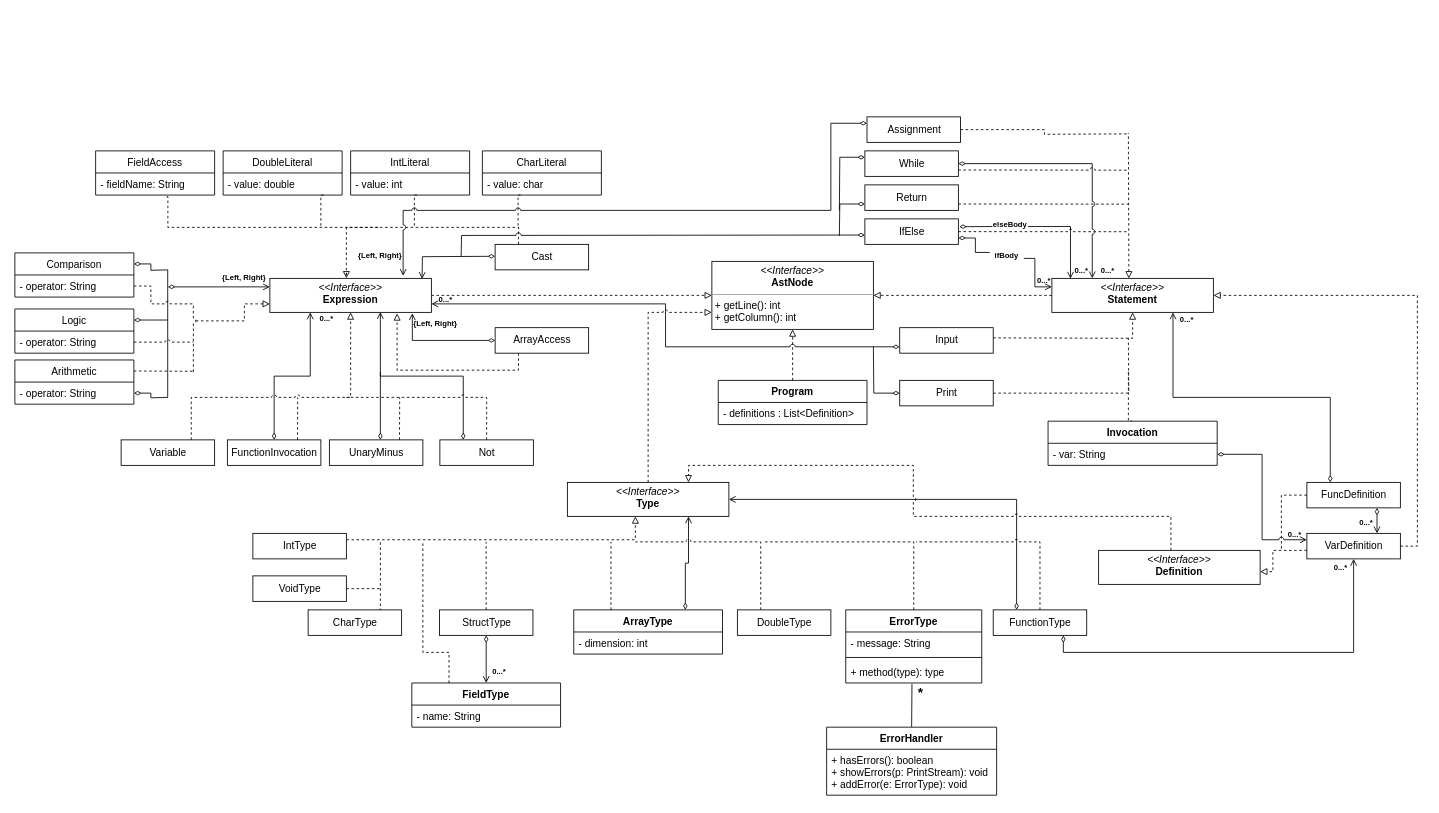
Before: diseño.drawio in sergiomalv/dlp, a draw.io diagram. Source tidied: cells renumbered, new cells numbered last; positions are measured from the earlier drawing's top-left corner, leaving out a move shared by most shapes. Both pictures are drawn from the tidied source at 85%, with x=0, y=0 at pixel (14, 116).
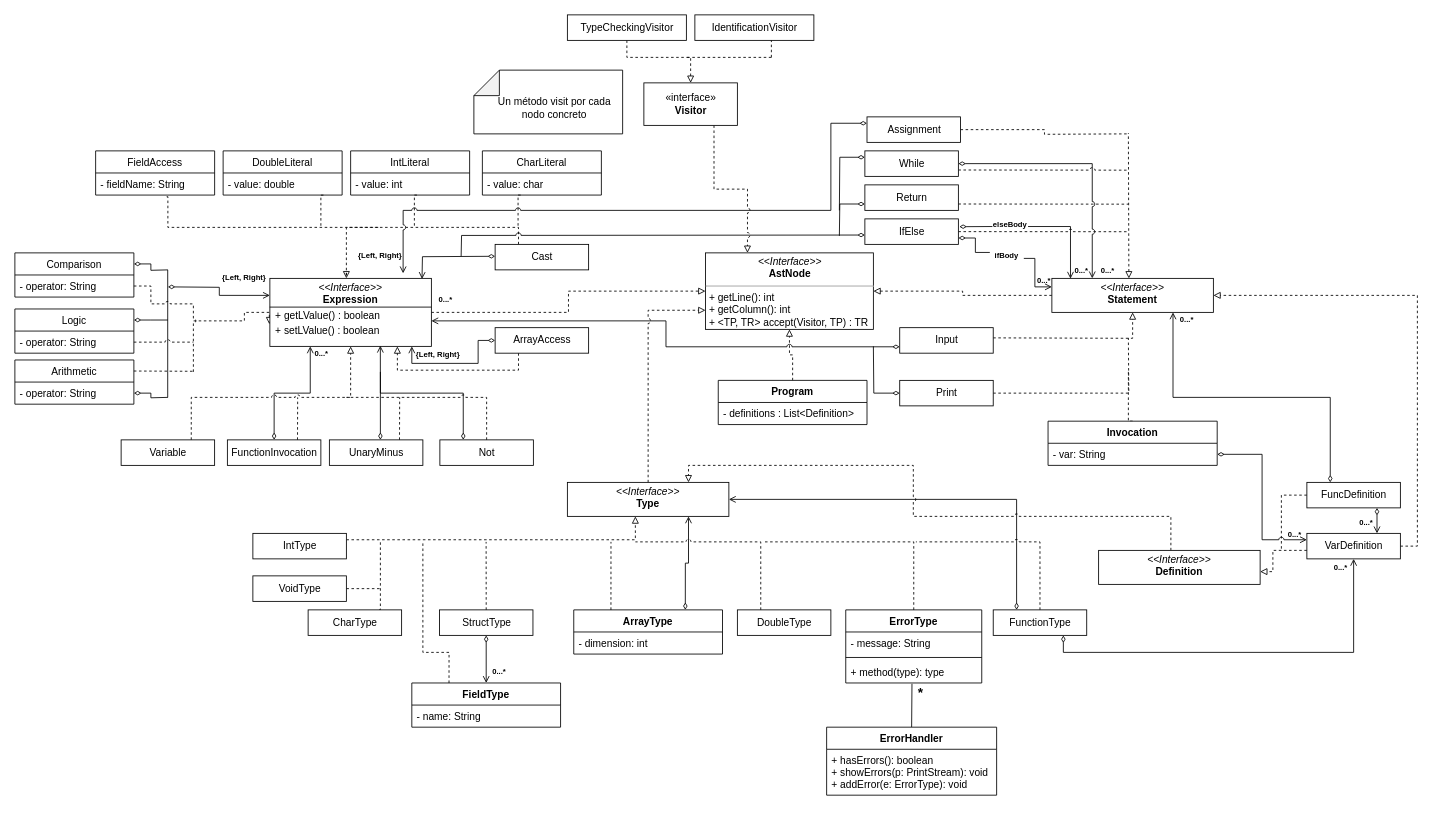
After the change.

The change refers to these unchanged cells:
```xml
<mxCell id="41" value="ArrayAccess" style="html=1;" parent="1" vertex="1">
  <mxGeometry x="565" y="248" width="110" height="30" as="geometry" />
</mxCell>
<mxCell id="75" value="Input" style="html=1;" parent="1" vertex="1">
  <mxGeometry x="1041" y="248" width="110" height="30" as="geometry" />
</mxCell>
<mxCell id="76" value="0...*" style="text;align=center;fontStyle=1;verticalAlign=middle;spacingLeft=3;spacingRight=3;strokeColor=none;points=[[0,0.5],[1,0.5]];portConstraint=eastwest;fontSize=9;" parent="1" vertex="1">
  <mxGeometry x="467" y="202" width="80" height="26" as="geometry" />
</mxCell>
```

What changed in the source:
```diff
@@
-    <mxCell id="2" value="&lt;p style=&quot;margin: 0px ; margin-top: 4px ; text-align: center&quot;&gt;&lt;i&gt;&amp;lt;&amp;lt;Interface&amp;gt;&amp;gt;&lt;/i&gt;&lt;br&gt;&lt;b&gt;AstNode&lt;/b&gt;&lt;/p&gt;&lt;hr size=&quot;1&quot;&gt;&lt;p style=&quot;margin: 0px ; margin-left: 4px&quot;&gt;+ getLine(): int&lt;br&gt;+ getColumn(): int&lt;/p&gt;" style="verticalAlign=top;align=left;overflow=fill;fontSize=12;fontFamily=Helvetica;html=1;" parent="1" vertex="1">
-      <mxGeometry x="820" y="170" width="190" height="80" as="geometry" />
+    <mxCell id="2" value="&lt;p style=&quot;margin: 0px ; margin-top: 4px ; text-align: center&quot;&gt;&lt;i&gt;&amp;lt;&amp;lt;Interface&amp;gt;&amp;gt;&lt;/i&gt;&lt;br&gt;&lt;b&gt;AstNode&lt;/b&gt;&lt;/p&gt;&lt;hr size=&quot;1&quot;&gt;&lt;p style=&quot;margin: 0px ; margin-left: 4px&quot;&gt;+ getLine(): int&lt;br&gt;+ getColumn(): int&lt;/p&gt;&lt;p style=&quot;margin: 0px ; margin-left: 4px&quot;&gt;+ &amp;lt;TP, TR&amp;gt; accept(Visitor, TP) : TR&lt;/p&gt;" style="verticalAlign=top;align=left;overflow=fill;fontSize=12;fontFamily=Helvetica;html=1;" parent="1" vertex="1">
+      <mxGeometry x="812.5" y="160" width="197.5" height="90" as="geometry" />
     </mxCell>
@@
-    <mxCell id="8" style="edgeStyle=orthogonalEdgeStyle;rounded=0;jumpStyle=arc;jettySize=auto;html=1;exitX=0;exitY=0.75;exitDx=0;exitDy=0;dashed=1;startArrow=block;startFill=0;endArrow=none;endFill=0;" parent="1" edge="1" source="9">
+    <mxCell id="8" style="edgeStyle=orthogonalEdgeStyle;rounded=0;jumpStyle=arc;jettySize=auto;html=1;exitX=-0.003;exitY=0.675;exitDx=0;exitDy=0;dashed=1;startArrow=block;startFill=0;endArrow=none;endFill=0;exitPerimeter=0;" parent="1" edge="1" source="9">
       <mxGeometry relative="1" as="geometry">
         <mxPoint x="210" y="240" as="targetPoint" />
         <Array as="points">
-          <mxPoint x="270" y="220" />
+          <mxPoint x="270" y="230" />
           <mxPoint x="270" y="240" />
         </Array>
       </mxGeometry>
     </mxCell>
-    <mxCell id="9" value="&lt;p style=&quot;margin: 0px ; margin-top: 4px ; text-align: center&quot;&gt;&lt;i&gt;&amp;lt;&amp;lt;Interface&amp;gt;&amp;gt;&lt;/i&gt;&lt;br&gt;&lt;b&gt;Expression&lt;/b&gt;&lt;/p&gt;" style="verticalAlign=top;align=left;overflow=fill;fontSize=12;fontFamily=Helvetica;html=1;" parent="1" vertex="1">
-      <mxGeometry x="300" y="190" width="190" height="40" as="geometry" />
+    <mxCell id="9" value="&lt;p style=&quot;margin: 0px ; margin-top: 4px ; text-align: center&quot;&gt;&lt;i&gt;&amp;lt;&amp;lt;Interface&amp;gt;&amp;gt;&lt;/i&gt;&lt;br&gt;&lt;b&gt;Expression&lt;/b&gt;&lt;/p&gt;&lt;p style=&quot;margin: 4px 0px 0px&quot;&gt;&lt;b&gt;&amp;nbsp;&amp;nbsp;&lt;/b&gt;+ getLValue() : boolean&lt;/p&gt;&lt;p style=&quot;margin: 4px 0px 0px&quot;&gt;&amp;nbsp; + setLValue() : boolean&lt;/p&gt;" style="verticalAlign=top;align=left;overflow=fill;fontSize=12;fontFamily=Helvetica;html=1;" parent="1" vertex="1">
+      <mxGeometry x="300" y="190" width="190" height="80" as="geometry" />
     </mxCell>
@@
     <mxCell id="20" value="0...*" style="text;align=center;fontStyle=1;verticalAlign=middle;spacingLeft=3;spacingRight=3;strokeColor=none;fontSize=9;" parent="1" vertex="1">
-      <mxGeometry x="327" y="224" width="80" height="26" as="geometry" />
+      <mxGeometry x="321" y="265" width="80" height="26" as="geometry" />
     </mxCell>
@@
-    <mxCell id="39" style="edgeStyle=orthogonalEdgeStyle;rounded=0;jettySize=auto;html=1;exitX=0;exitY=0.5;exitDx=0;exitDy=0;entryX=0.882;entryY=1.025;entryDx=0;entryDy=0;entryPerimeter=0;startArrow=diamondThin;startFill=0;endArrow=open;endFill=0;" parent="1" edge="1" source="41" target="9">
-      <mxGeometry relative="1" as="geometry" />
+    <mxCell id="39" style="edgeStyle=orthogonalEdgeStyle;rounded=0;jettySize=auto;html=1;exitX=0;exitY=0.5;exitDx=0;exitDy=0;startArrow=diamondThin;startFill=0;endArrow=open;endFill=0;" parent="1" edge="1" source="41">
+      <mxGeometry relative="1" as="geometry">
+        <mxPoint x="467" y="270" as="targetPoint" />
+        <Array as="points">
+          <mxPoint x="545" y="263" />
+          <mxPoint x="545" y="290" />
+          <mxPoint x="467" y="290" />
+        </Array>
+      </mxGeometry>
     </mxCell>
-    <mxCell id="40" style="edgeStyle=orthogonalEdgeStyle;rounded=0;jettySize=auto;html=1;exitX=0.25;exitY=1;exitDx=0;exitDy=0;entryX=0.788;entryY=1.028;entryDx=0;entryDy=0;entryPerimeter=0;dashed=1;startArrow=none;startFill=0;endArrow=block;endFill=0;" parent="1" edge="1" source="41" target="9">
-      <mxGeometry relative="1" as="geometry" />
+    <mxCell id="40" style="edgeStyle=orthogonalEdgeStyle;rounded=0;jettySize=auto;html=1;exitX=0.25;exitY=1;exitDx=0;exitDy=0;dashed=1;startArrow=none;startFill=0;endArrow=block;endFill=0;" parent="1" edge="1" source="41">
+      <mxGeometry relative="1" as="geometry">
+        <mxPoint x="450" y="270" as="targetPoint" />
+        <Array as="points">
+          <mxPoint x="593" y="298" />
+          <mxPoint x="450" y="298" />
+        </Array>
+      </mxGeometry>
     </mxCell>
@@
     <mxCell id="42" value="{Left, Right}" style="text;align=center;fontStyle=1;verticalAlign=middle;spacingLeft=3;spacingRight=3;strokeColor=none;fontSize=9;" parent="1" vertex="1">
-      <mxGeometry x="455" y="230" width="80" height="26" as="geometry" />
+      <mxGeometry x="458" y="266" width="80" height="26" as="geometry" />
     </mxCell>
@@
-    <mxCell id="73" style="edgeStyle=orthogonalEdgeStyle;rounded=0;jumpStyle=arc;jettySize=auto;html=1;exitX=0;exitY=0.75;exitDx=0;exitDy=0;entryX=1;entryY=0.75;entryDx=0;entryDy=0;fontSize=9;startArrow=diamondThin;startFill=0;endArrow=open;endFill=0;" parent="1" edge="1" source="75" target="9">
-      <mxGeometry relative="1" as="geometry" />
+    <mxCell id="73" style="edgeStyle=orthogonalEdgeStyle;rounded=0;jumpStyle=arc;jettySize=auto;html=1;exitX=0;exitY=0.75;exitDx=0;exitDy=0;fontSize=9;startArrow=diamondThin;startFill=0;endArrow=open;endFill=0;" parent="1" edge="1" source="75">
+      <mxGeometry relative="1" as="geometry">
+        <mxPoint x="490" y="240" as="targetPoint" />
+        <Array as="points">
+          <mxPoint x="766" y="270" />
+          <mxPoint x="766" y="240" />
+          <mxPoint x="490" y="240" />
+        </Array>
+      </mxGeometry>
     </mxCell>
@@
+    <mxCell id="140" style="edgeStyle=orthogonalEdgeStyle;rounded=0;jettySize=auto;html=1;exitX=0.75;exitY=1;exitDx=0;exitDy=0;entryX=0.25;entryY=0;entryDx=0;entryDy=0;jumpStyle=arc;dashed=1;endArrow=block;endFill=0;" parent="1" edge="1" source="141" target="2">
+      <mxGeometry relative="1" as="geometry" />
+    </mxCell>
+    <mxCell id="141" value="«interface»&lt;br&gt;&lt;b&gt;Visitor&lt;/b&gt;" style="html=1;" parent="1" vertex="1">
+      <mxGeometry x="740" y="-40" width="110" height="50" as="geometry" />
+    </mxCell>
+    <mxCell id="142" style="edgeStyle=orthogonalEdgeStyle;rounded=0;jumpStyle=arc;jettySize=auto;html=1;exitX=0.5;exitY=1;exitDx=0;exitDy=0;entryX=0.5;entryY=0;entryDx=0;entryDy=0;dashed=1;endArrow=block;endFill=0;" parent="1" edge="1" source="143" target="141">
+      <mxGeometry relative="1" as="geometry">
+        <Array as="points">
+          <mxPoint x="720" y="-70" />
+          <mxPoint x="795" y="-70" />
+        </Array>
+      </mxGeometry>
+    </mxCell>
+    <mxCell id="143" value="TypeCheckingVisitor" style="html=1;" parent="1" vertex="1">
+      <mxGeometry x="650" y="-120" width="140" height="30" as="geometry" />
+    </mxCell>
+    <mxCell id="144" value="IdentificationVisitor" style="html=1;" parent="1" vertex="1">
+      <mxGeometry x="800" y="-120" width="140" height="30" as="geometry" />
+    </mxCell>
+    <mxCell id="145" style="endArrow=none;dashed=1;html=1;rounded=0;jumpStyle=arc;" parent="1" edge="1">
+      <mxGeometry relative="1" as="geometry">
+        <mxPoint x="890" y="-70" as="sourcePoint" />
+        <mxPoint x="790" y="-70" as="targetPoint" />
+      </mxGeometry>
+    </mxCell>
+    <mxCell id="146" style="endArrow=none;dashed=1;html=1;rounded=0;jumpStyle=arc;" parent="1" edge="1">
+      <mxGeometry relative="1" as="geometry">
+        <mxPoint x="890" y="-70" as="sourcePoint" />
+        <mxPoint x="890" y="-90" as="targetPoint" />
+      </mxGeometry>
+    </mxCell>
+    <mxCell id="147" style="shape=note;whiteSpace=wrap;html=1;backgroundOutline=1;darkOpacity=0.05;rotation=-90;" parent="1" vertex="1">
+      <mxGeometry x="590" y="-105" width="75" height="175" as="geometry" />
+    </mxCell>
+    <mxCell id="148" value="Un método visit por cada nodo concreto" style="text;html=1;strokeColor=none;fillColor=none;align=center;verticalAlign=middle;whiteSpace=wrap;rounded=0;" parent="1" vertex="1">
+      <mxGeometry x="565" y="-40" width="140" height="60" as="geometry" />
+    </mxCell>
+    <mxCell id="149" style="endArrow=none;html=1;rounded=0;jumpStyle=arc;exitX=-0.001;exitY=0.63;exitDx=0;exitDy=0;exitPerimeter=0;entryX=0.287;entryY=0.838;entryDx=0;entryDy=0;entryPerimeter=0;" parent="1" edge="1" target="76">
+      <mxGeometry relative="1" as="geometry">
+        <mxPoint x="299.8" y="223.8" as="sourcePoint" />
+      </mxGeometry>
+    </mxCell>
```
